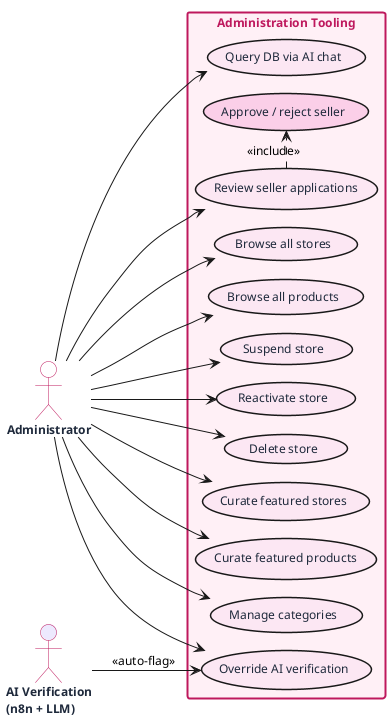
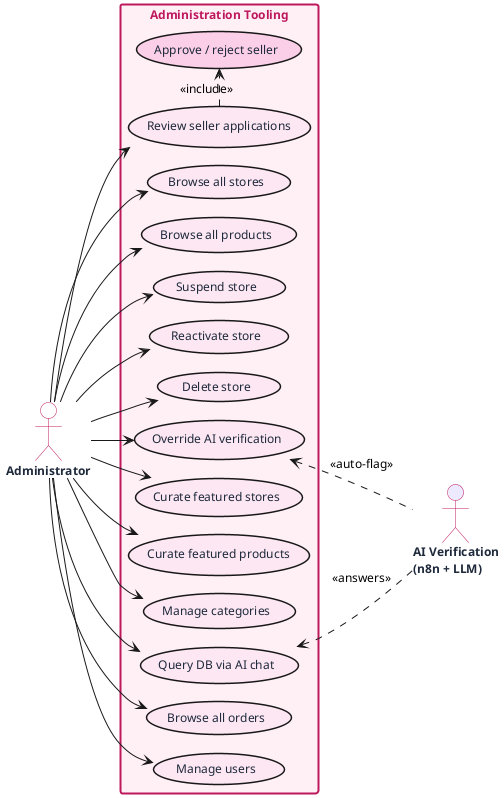
- @startuml
+ @startuml uc-admin
!pragma layout smetana

skinparam defaultFontName Helvetica
skinparam defaultFontSize 12
skinparam backgroundColor #FFFFFF

skinparam actor {
  BackgroundColor #FFFFFF
  BorderColor #BE185D
  FontColor #1E293B
  FontStyle bold
}
skinparam usecase {
  BorderThickness 1.5
  FontColor #1E293B
}
skinparam rectangle {
  BackgroundColor #FFF0F6
  BorderColor #BE185D
  BorderThickness 2
  FontColor #BE185D
  FontStyle bold
}

left to right direction

actor Administrator #FFFFFF
- actor "AI Verification\n(n8n + LLM)" as AI #EDE9FE

rectangle "Administration Tooling" {
  (Review seller applications) as UC1  #FCE7F3
  (Approve / reject seller)    as UC2  #FBCFE8
  (Browse all stores)          as UC3  #FCE7F3
  (Browse all products)        as UC4  #FCE7F3
  (Suspend store)              as UC5  #FCE7F3
  (Reactivate store)           as UC6  #FCE7F3
  (Delete store)               as UC7  #FCE7F3
  (Override AI verification)   as UC8  #FCE7F3
  (Curate featured stores)     as UC9  #FCE7F3
  (Curate featured products)   as UC10 #FCE7F3
  (Manage categories)          as UC11 #FCE7F3
  (Query DB via AI chat)       as UC12 #FCE7F3
+   (Browse all orders)          as UC13 #FCE7F3
+   (Manage users)               as UC14 #FCE7F3
}

Administrator --> UC1
Administrator --> UC3
Administrator --> UC4
Administrator --> UC5
Administrator --> UC6
Administrator --> UC7
Administrator --> UC8
Administrator --> UC9
Administrator --> UC10
Administrator --> UC11
Administrator --> UC12
+ Administrator --> UC13
+ Administrator --> UC14

- AI --> UC8 : <<auto-flag>>
+ ' ── Secondary actor (RIGHT) ──
+ actor "AI Verification\n(n8n + LLM)" as AI #EDE9FE
+ 
+ UC8  <.. AI : <<auto-flag>>
+ UC12 <.. AI : <<answers>>

UC1 .> UC2 : <<include>>

@enduml
